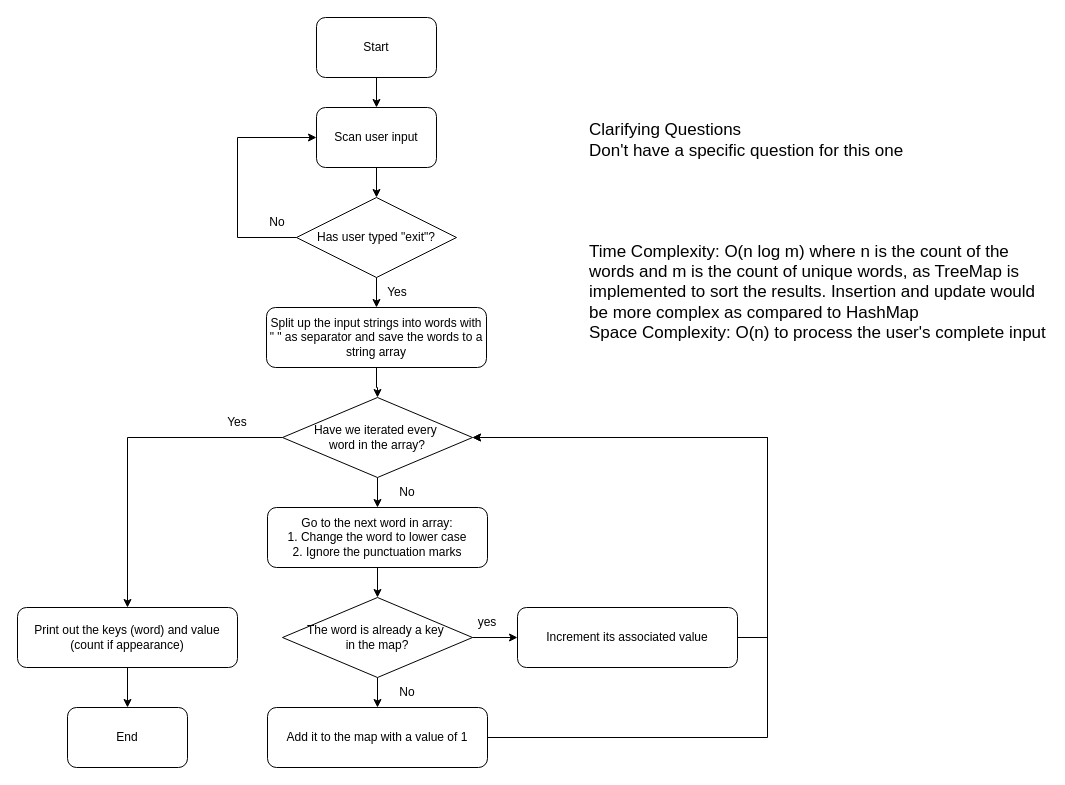
Before: Building a Simple Word Frequency Counter.drawio in yanatnsc/Building-a-Simple-Word-Frequency-Counter, a draw.io diagram. Source tidied: cells renumbered, new cells numbered last; positions are measured from the earlier drawing's top-left corner, leaving out a move shared by most shapes. Both pictures are drawn from the tidied source at 100%, with x=0, y=0 at pixel (17, 17).
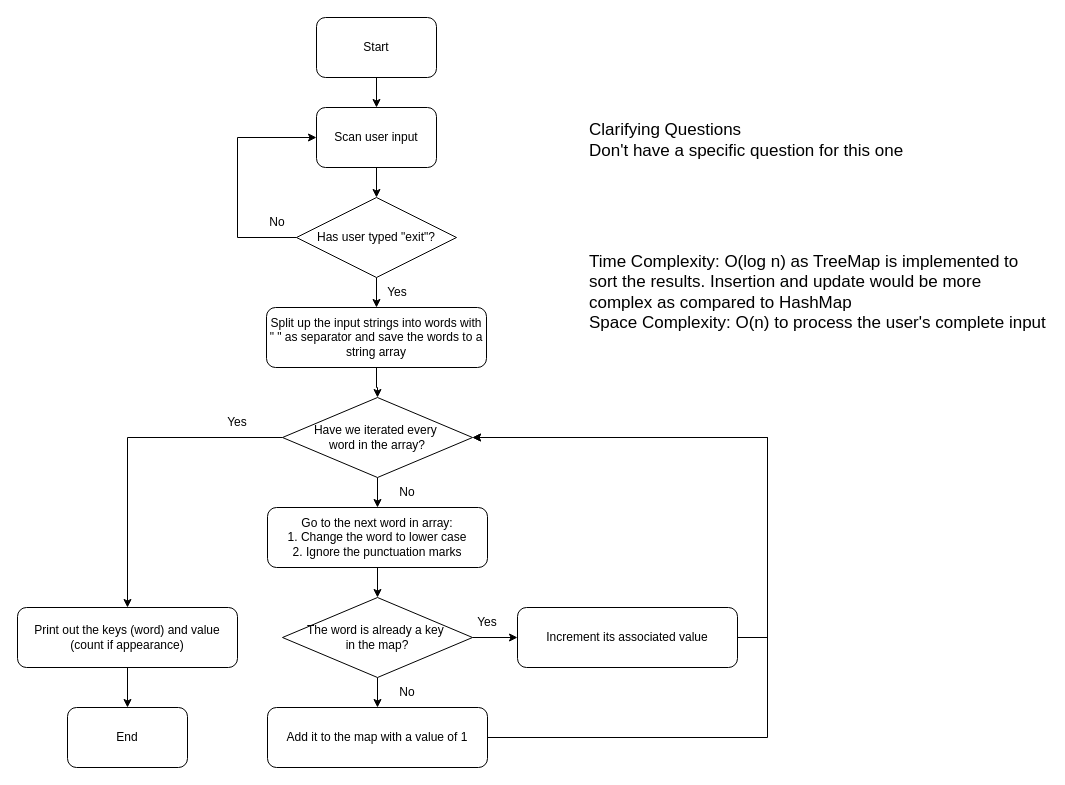
The same diagram, later.

The edit, as a diff of the source:
```diff
@@
-    <mxCell id="23" value="yes" style="text;html=1;align=center;verticalAlign=middle;whiteSpace=wrap;rounded=0;" parent="1" vertex="1">
+    <mxCell id="23" value="Yes" style="text;html=1;align=center;verticalAlign=middle;whiteSpace=wrap;rounded=0;" parent="1" vertex="1">
       <mxGeometry x="440" y="590" width="60" height="30" as="geometry" />
     </mxCell>
@@
-    <mxCell id="31" value="&lt;span style=&quot;font-size: 17px;&quot;&gt;Time Complexity: O(n log m) where n is the count of the words and m is the count of unique words, as TreeMap is implemented to sort the results. Insertion and update would be more complex as compared to HashMap&lt;/span&gt;&lt;div&gt;&lt;span style=&quot;font-size: 17px;&quot;&gt;Space Complexity:&amp;nbsp;&lt;/span&gt;&lt;span style=&quot;font-size: 17px; background-color: initial;&quot;&gt;O(n) to process the user's complete input&lt;/span&gt;&lt;/div&gt;" style="text;html=1;align=left;verticalAlign=middle;whiteSpace=wrap;rounded=0;" parent="1" vertex="1">
+    <mxCell id="31" value="&lt;span style=&quot;font-size: 17px;&quot;&gt;Time Complexity: O(log n) as TreeMap is implemented to sort the results. Insertion and update would be more complex as compared to HashMap&lt;/span&gt;&lt;div&gt;&lt;span style=&quot;font-size: 17px;&quot;&gt;Space Complexity:&amp;nbsp;&lt;/span&gt;&lt;span style=&quot;font-size: 17px; background-color: initial;&quot;&gt;O(n) to process the user's complete input&lt;/span&gt;&lt;/div&gt;" style="text;html=1;align=left;verticalAlign=middle;whiteSpace=wrap;rounded=0;" parent="1" vertex="1">
       <mxGeometry x="570" y="220" width="460" height="110" as="geometry" />
     </mxCell>
```
